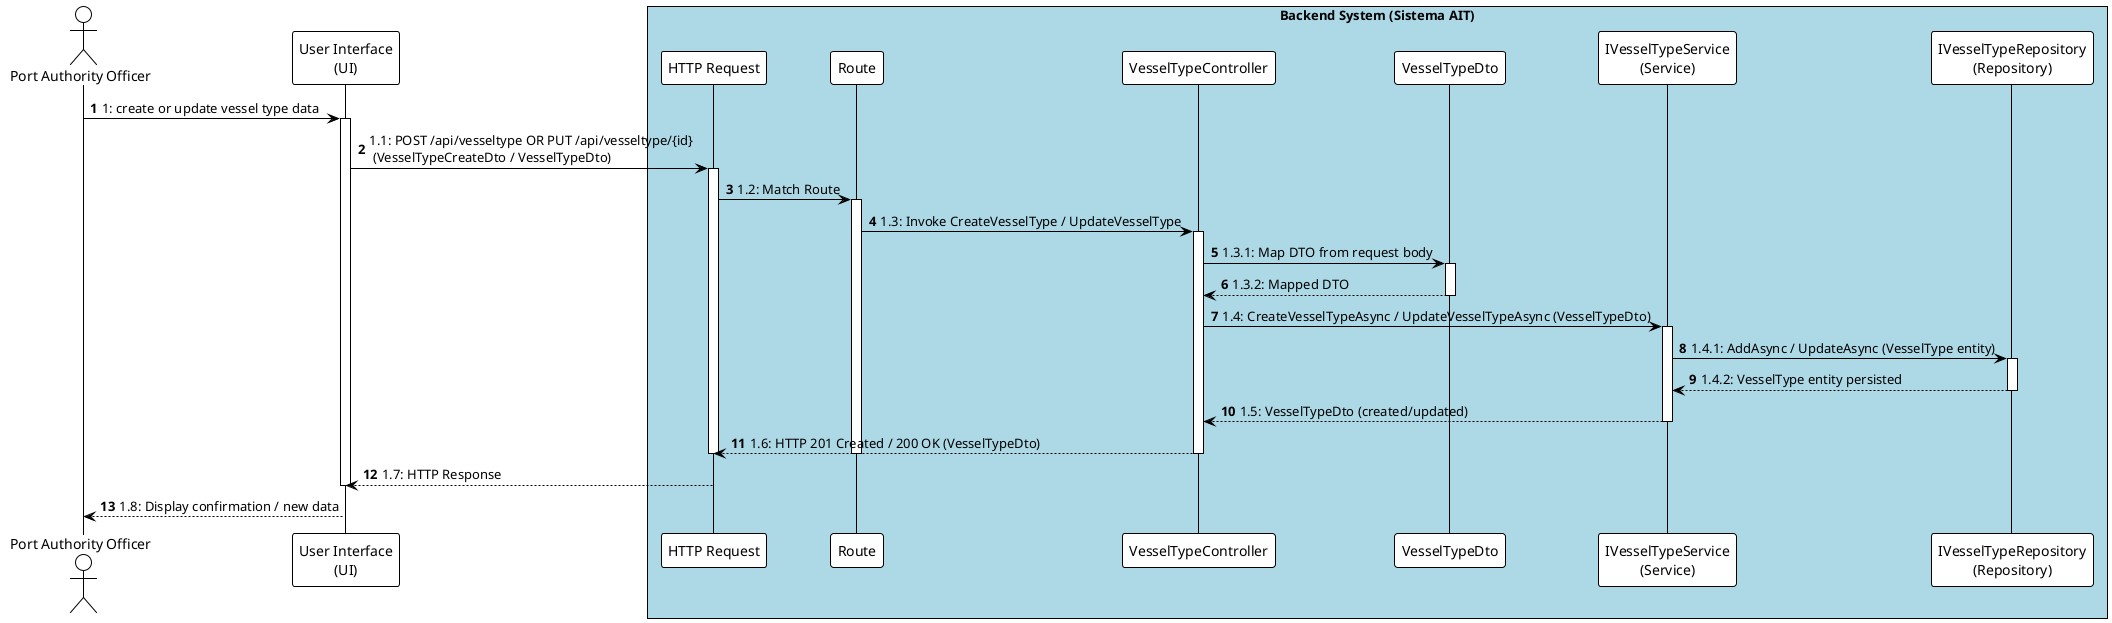
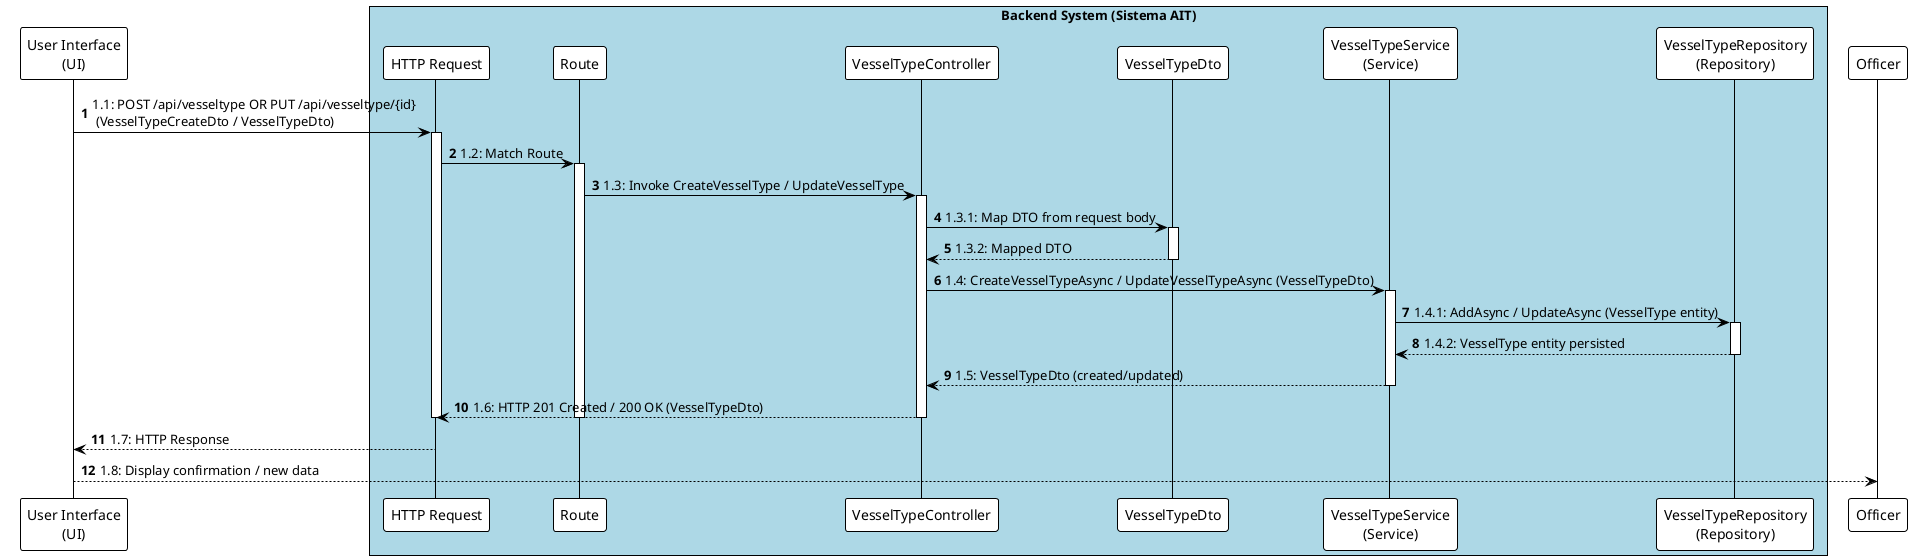
@startuml
!theme plain
autonumber

- actor "Port Authority Officer" as Officer
+ 
participant "User Interface\n(UI)" as UI
box "Backend System (Sistema AIT)" #LightBlue
    participant "HTTP Request" as HttpRequest
    participant "Route" as Route
    participant "VesselTypeController" as Controller
    participant "VesselTypeDto" as Dto
-     participant "IVesselTypeService\n(Service)" as Service
-     participant "IVesselTypeRepository\n(Repository)" as Repository
+     participant "VesselTypeService\n(Service)" as Service
+     participant "VesselTypeRepository\n(Repository)" as Repository
end box

- Officer -> UI : 1: create or update vessel type data
- activate UI

UI -> HttpRequest : 1.1: POST /api/vesseltype OR PUT /api/vesseltype/{id} \n (VesselTypeCreateDto / VesselTypeDto)
activate HttpRequest
HttpRequest -> Route : 1.2: Match Route
activate Route
Route -> Controller : 1.3: Invoke CreateVesselType / UpdateVesselType
activate Controller

Controller -> Dto : 1.3.1: Map DTO from request body
activate Dto
Dto --> Controller : 1.3.2: Mapped DTO
deactivate Dto

Controller -> Service : 1.4: CreateVesselTypeAsync / UpdateVesselTypeAsync (VesselTypeDto)
activate Service

Service -> Repository : 1.4.1: AddAsync / UpdateAsync (VesselType entity)
activate Repository
Repository --> Service : 1.4.2: VesselType entity persisted
deactivate Repository

Service --> Controller : 1.5: VesselTypeDto (created/updated)
deactivate Service

Controller --> HttpRequest : 1.6: HTTP 201 Created / 200 OK (VesselTypeDto)
deactivate Controller
deactivate Route
deactivate HttpRequest

HttpRequest --> UI : 1.7: HTTP Response
deactivate UI

UI --> Officer : 1.8: Display confirmation / new data

@enduml